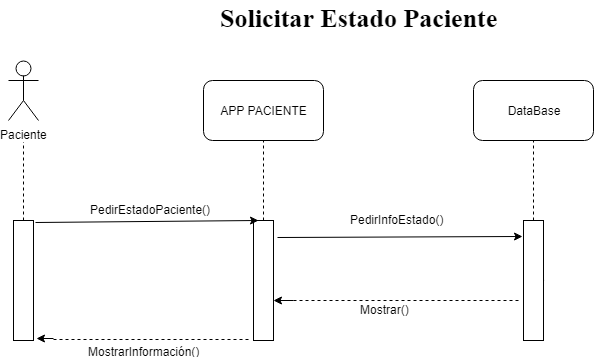
The draw.io diagram Diagramas de secuencias/Solicitar Estado Diagrama de Secuencia Paciente.png in DanSotoC/G4HD, before a commit. Source tidied: cells renumbered, new cells last; positions are measured from the earlier drawing's top-left corner, leaving out a move shared by most shapes.
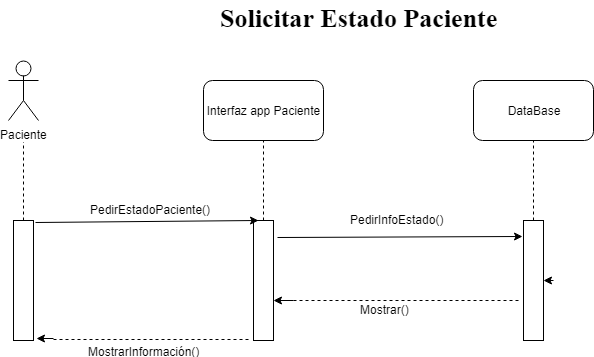
The same file after the commit.

Change to the diagram source:
```diff
@@ -7,7 +7,7 @@
         <mxPoint x="15" y="130" as="targetPoint" />
       </mxGeometry>
     </mxCell>
-    <mxCell id="3" value="APP PACIENTE&lt;br&gt;" style="rounded=1;whiteSpace=wrap;html=1;" parent="1" vertex="1">
+    <mxCell id="3" value="&lt;div&gt;&lt;div&gt;Interfaz app Paciente&lt;/div&gt;&lt;/div&gt;" style="rounded=1;whiteSpace=wrap;html=1;" parent="1" vertex="1">
       <mxGeometry x="195" y="80" width="120" height="60" as="geometry" />
     </mxCell>
     <mxCell id="4" style="endArrow=none;dashed=1;html=1;entryX=0.5;entryY=1;entryDx=0;entryDy=0;" parent="1" edge="1" source="10" target="3">
```
